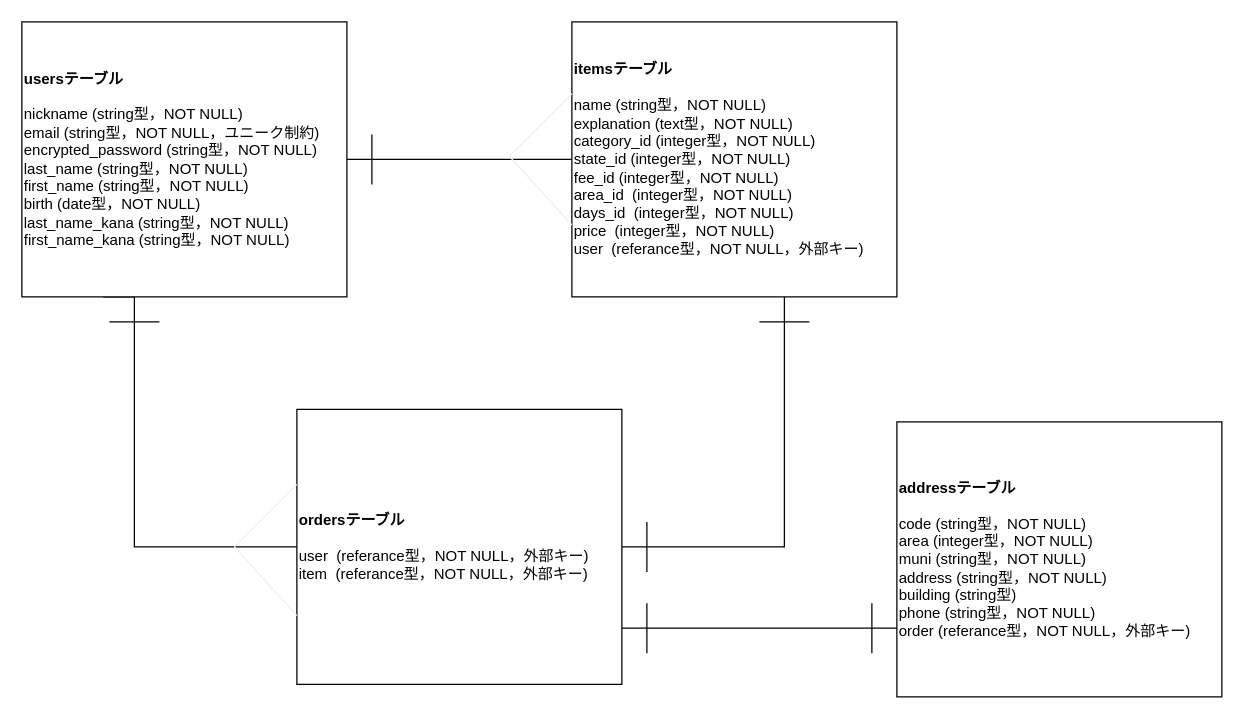
The draw.io diagram test.dio in okawa-u/furima-36766, before the edit. Source tidied: cells renumbered, new cells numbered last; positions are measured from the earlier drawing's top-left corner, leaving out a move shared by most shapes. Both pictures are drawn from the tidied source at 125%, with x=0, y=0 at pixel (21, 21).
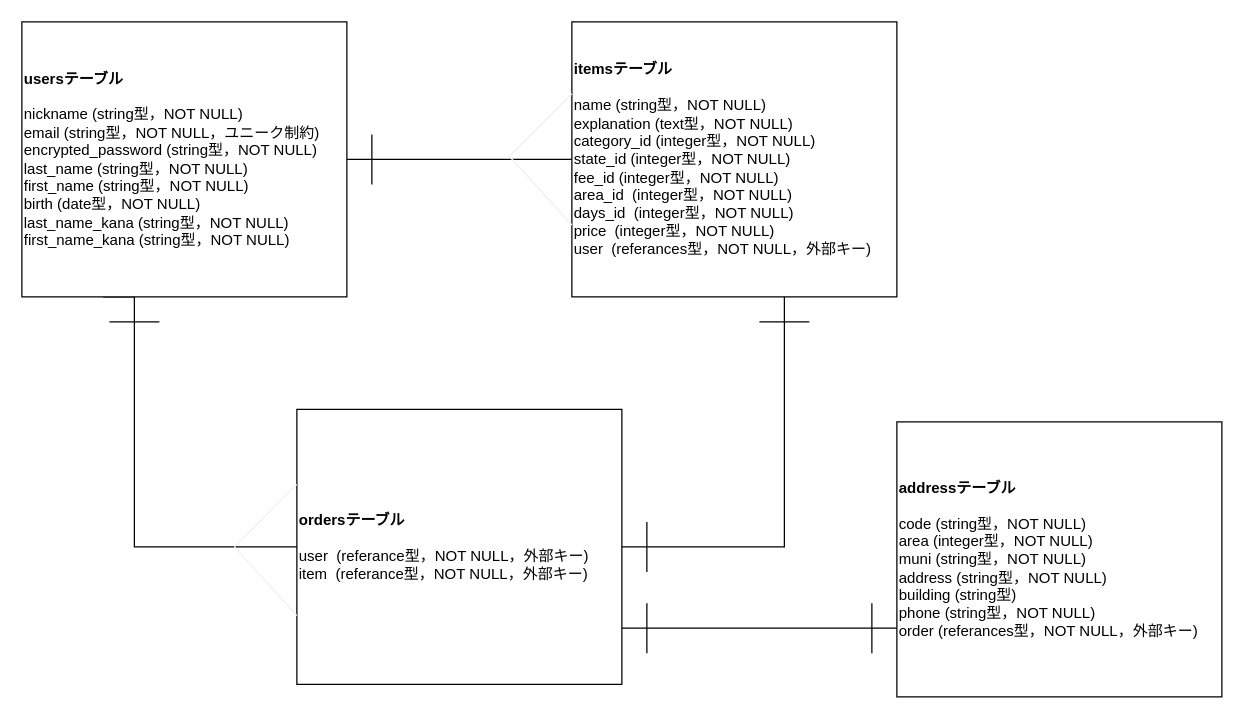
Above is the later version.

What changed in the source:
```diff
@@
-    <mxCell id="6" value="&lt;b&gt;itemsテーブル&lt;br&gt;&lt;/b&gt;&lt;br&gt;name (string型，NOT NULL)&lt;br&gt;explanation (text型，NOT NULL)&lt;br&gt;category_id (integer型，NOT NULL)&lt;br&gt;state_id (integer型，NOT NULL)&lt;br&gt;fee_id (integer型，NOT NULL)&lt;br&gt;area_id&amp;nbsp; (integer型，NOT NULL)&lt;br&gt;days_id&amp;nbsp; (integer型，NOT NULL)&lt;br&gt;price&amp;nbsp;&amp;nbsp;(integer型，NOT NULL)&lt;br&gt;user&amp;nbsp;&amp;nbsp;(referance型，NOT NULL，外部キー)" style="rounded=0;whiteSpace=wrap;html=1;strokeWidth=1;align=left;" parent="1" vertex="1">
+    <mxCell id="6" value="&lt;b&gt;itemsテーブル&lt;br&gt;&lt;/b&gt;&lt;br&gt;name (string型，NOT NULL)&lt;br&gt;explanation (text型，NOT NULL)&lt;br&gt;category_id (integer型，NOT NULL)&lt;br&gt;state_id (integer型，NOT NULL)&lt;br&gt;fee_id (integer型，NOT NULL)&lt;br&gt;area_id&amp;nbsp; (integer型，NOT NULL)&lt;br&gt;days_id&amp;nbsp; (integer型，NOT NULL)&lt;br&gt;price&amp;nbsp;&amp;nbsp;(integer型，NOT NULL)&lt;br&gt;user&amp;nbsp;&amp;nbsp;(referances型，NOT NULL，外部キー)" style="rounded=0;whiteSpace=wrap;html=1;strokeWidth=1;align=left;" parent="1" vertex="1">
       <mxGeometry x="440" width="260" height="220" as="geometry" />
     </mxCell>
@@
-    <mxCell id="9" value="&lt;b&gt;addressテーブル&lt;br&gt;&lt;/b&gt;&lt;br&gt;code (string型，NOT NULL)&lt;br&gt;area (integer型，NOT NULL)&lt;br&gt;muni (string型，NOT NULL)&lt;br&gt;address (string型，NOT NULL)&lt;br&gt;building (string型)&lt;br&gt;phone (string型，NOT NULL)&lt;br&gt;order (referance型，NOT NULL，外部キー)" style="rounded=0;whiteSpace=wrap;html=1;strokeWidth=1;align=left;" parent="1" vertex="1">
+    <mxCell id="9" value="&lt;b&gt;addressテーブル&lt;br&gt;&lt;/b&gt;&lt;br&gt;code (string型，NOT NULL)&lt;br&gt;area (integer型，NOT NULL)&lt;br&gt;muni (string型，NOT NULL)&lt;br&gt;address (string型，NOT NULL)&lt;br&gt;building (string型)&lt;br&gt;phone (string型，NOT NULL)&lt;br&gt;order (referances型，NOT NULL，外部キー)" style="rounded=0;whiteSpace=wrap;html=1;strokeWidth=1;align=left;" parent="1" vertex="1">
       <mxGeometry x="700" y="320" width="260" height="220" as="geometry" />
     </mxCell>
```
